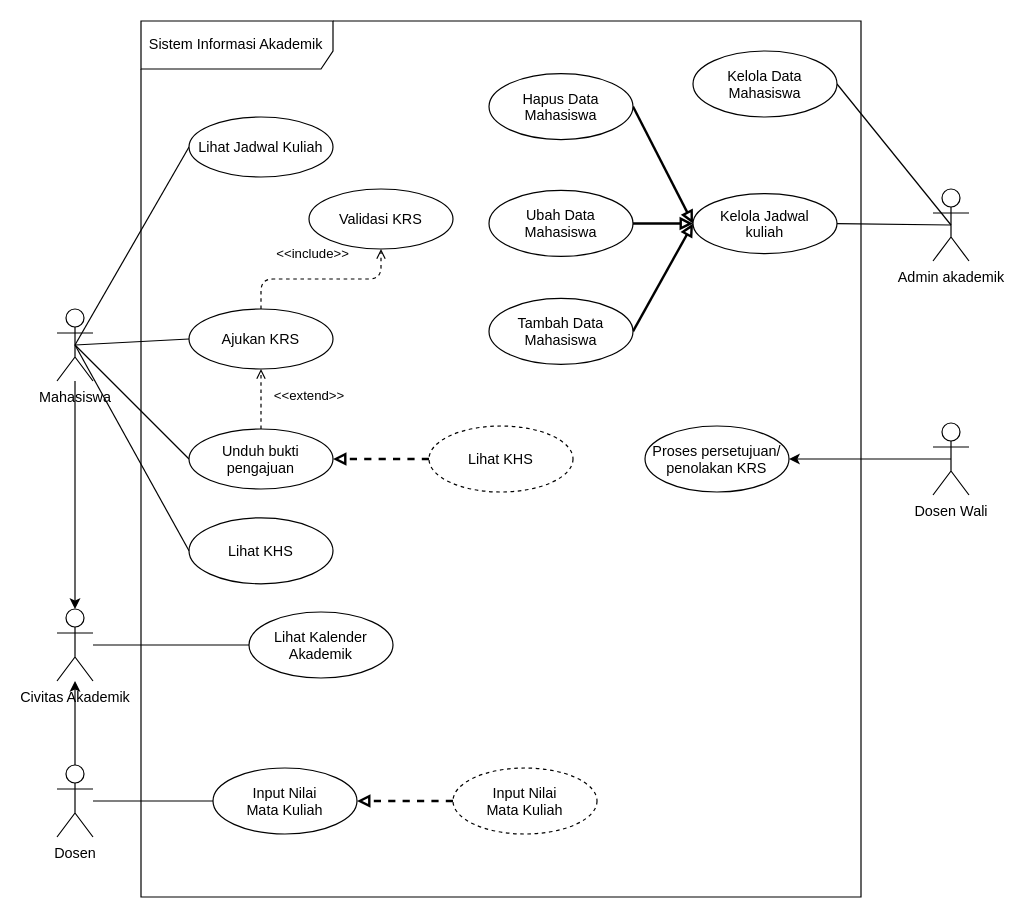
Above: 03_latihan_tools/P04/SIA/P04_2406118_SIA_notasi_v01.drawio in eeqyy/IFRWP5149_2406118_LabAlat (draw.io), before the change. Source tidied: cells renumbered, new cells numbered last; positions are measured from the earlier drawing's top-left corner, leaving out a move shared by most shapes. Both pictures are drawn from the tidied source at 120%, with x=0, y=0 at pixel (56, 20).
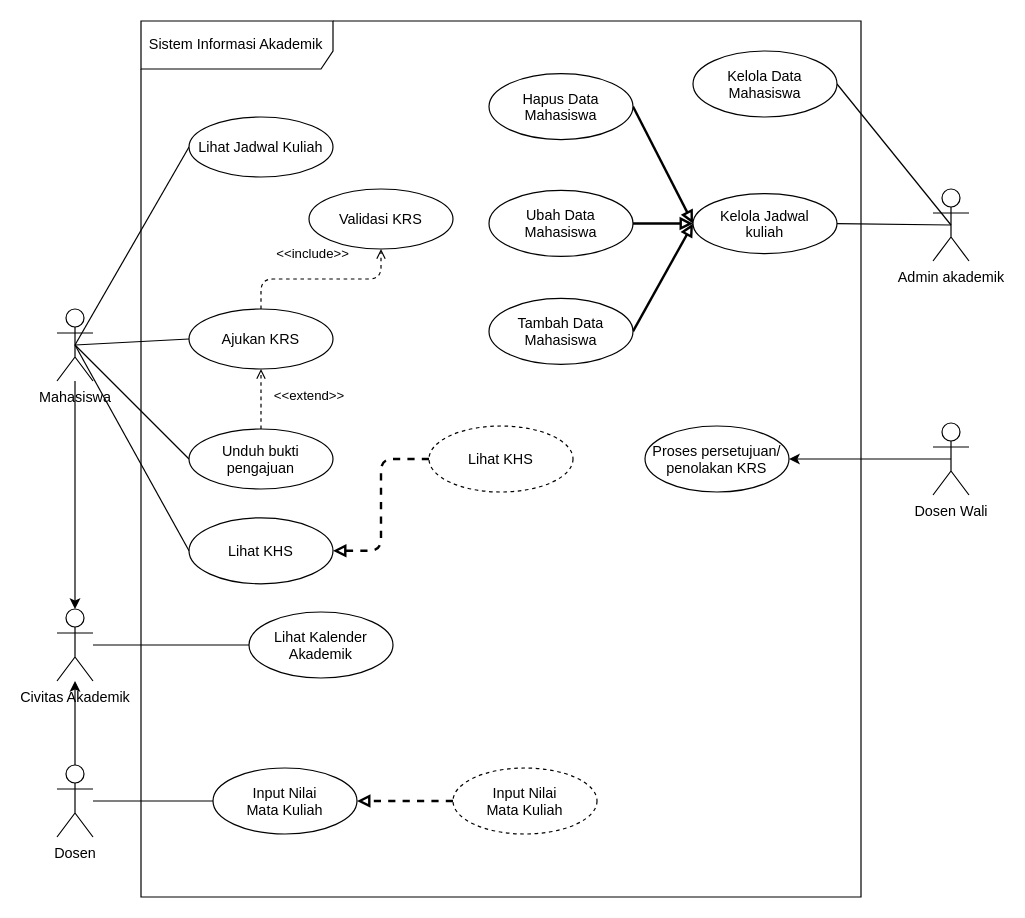
The same diagram, later.

Unchanged cells that the change refers to:
```xml
<mxCell id="15" value="Unduh bukti&#10;pengajuan" style="ellipse;" parent="1" vertex="1">
  <mxGeometry x="110" y="340" width="120" height="50" as="geometry" />
</mxCell>
<mxCell id="30" value="Lihat KHS" style="ellipse;dashed=1;" parent="1" vertex="1">
  <mxGeometry x="310" y="337.5" width="120" height="55" as="geometry" />
</mxCell>
<mxCell id="39" value="Lihat KHS" style="ellipse;" parent="1" vertex="1">
  <mxGeometry x="110" y="414" width="120" height="55" as="geometry" />
</mxCell>
```

The edit, as a diff of the source:
```diff
@@
-    <mxCell id="29" style="edgeStyle=none;html=1;exitX=0;exitY=0.5;exitDx=0;exitDy=0;entryX=1;entryY=0.5;entryDx=0;entryDy=0;endArrow=block;endFill=0;dashed=1;strokeWidth=2;" parent="1" edge="1" source="30" target="15">
+    <mxCell id="29" style="edgeStyle=orthogonalEdgeStyle;html=1;exitX=0;exitY=0.5;exitDx=0;exitDy=0;endArrow=block;endFill=0;dashed=1;strokeWidth=2;entryX=1;entryY=0.5;entryDx=0;entryDy=0;" parent="1" edge="1" source="30" target="39">
       <mxGeometry relative="1" as="geometry" />
     </mxCell>
```
